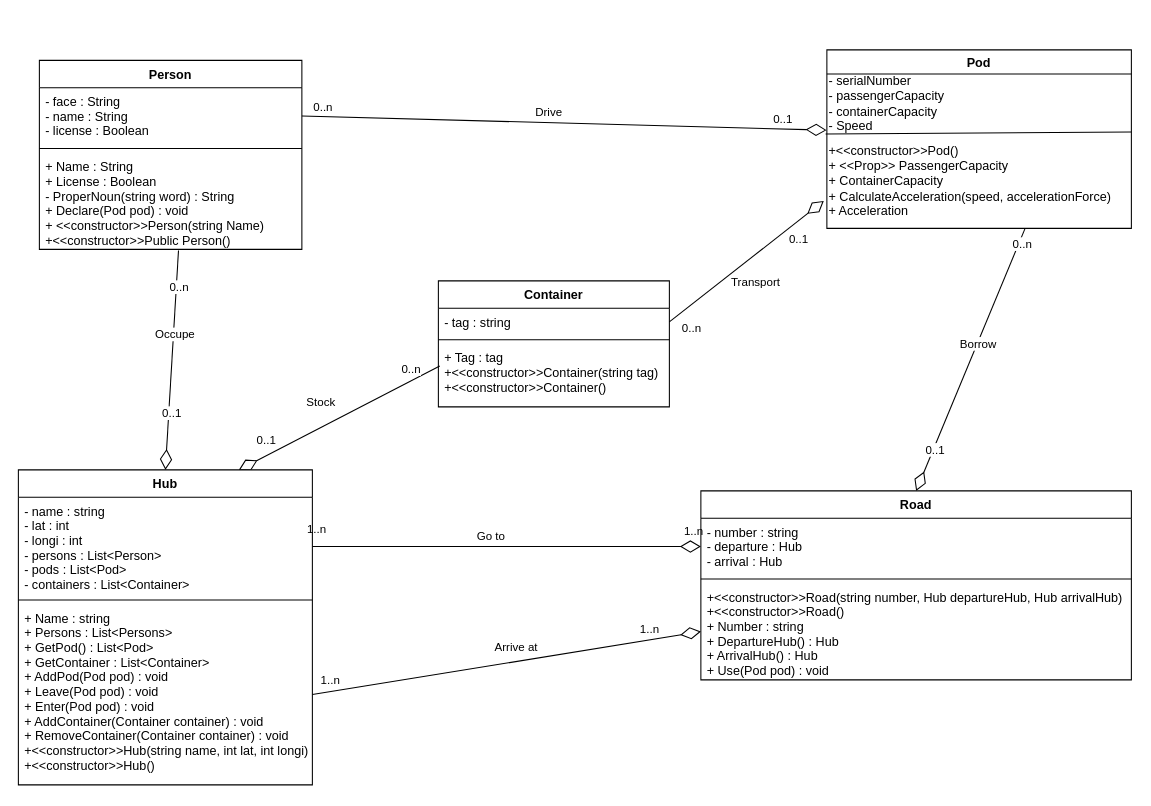
Before: doc/ClassDiagram.drawio in XCarrel/Pods, a draw.io diagram. Source tidied: cells renumbered, new cells numbered last; positions are measured from the earlier drawing's top-left corner, leaving out a move shared by most shapes. Both pictures are drawn from the tidied source at 105%, with x=0, y=0 at pixel (18, 49).
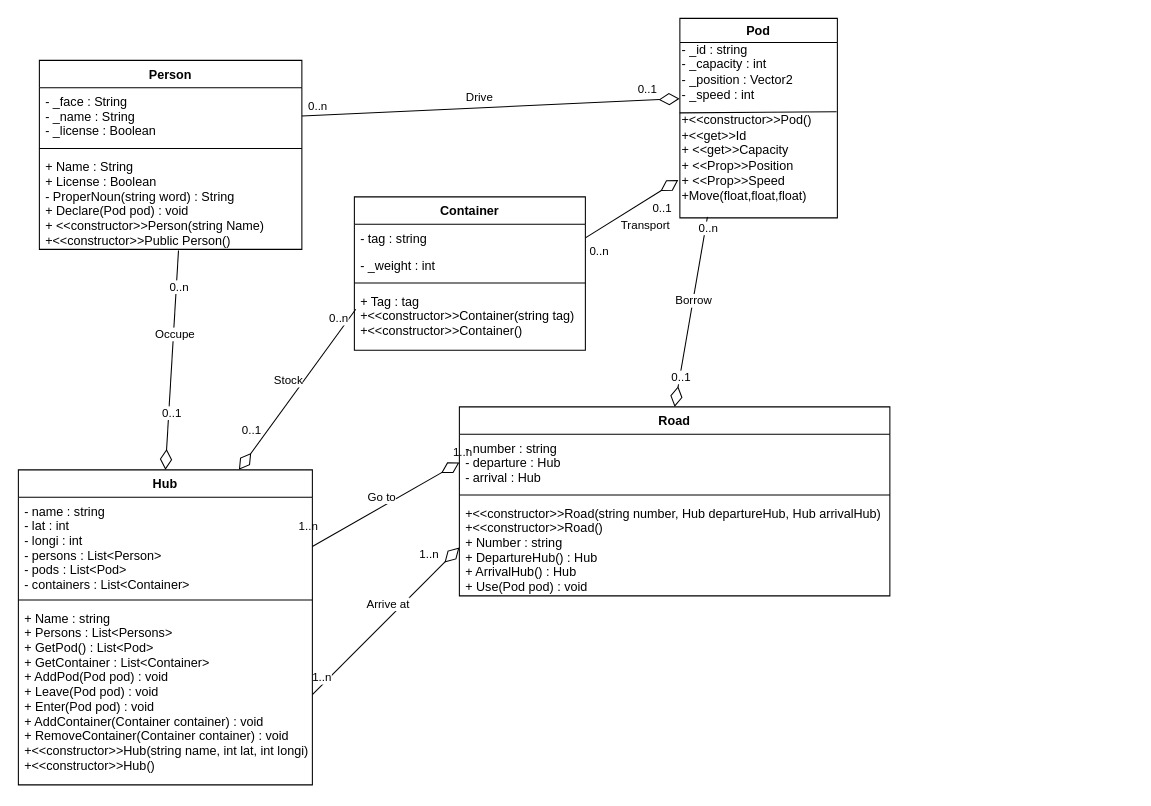
The same diagram, later.

Unchanged cells that the change refers to:
```xml
<mxCell id="46" value="Person" style="swimlane;fontStyle=1;align=center;verticalAlign=top;horizontal=1;startSize=26;" parent="1" vertex="1">
  <mxGeometry x="20" y="10" width="250" height="180" as="geometry" />
</mxCell>
```

What changed in the source:
```diff
@@
     <mxCell id="2" value="Pod" style="swimlane;" parent="1" vertex="1">
-      <mxGeometry x="770" width="290" height="170" as="geometry" />
+      <mxGeometry x="630" y="-30" width="150" height="190" as="geometry" />
     </mxCell>
-    <mxCell id="3" value="- serialNumber&lt;br&gt;&lt;div style=&quot;&quot;&gt;&lt;span style=&quot;background-color: initial;&quot;&gt;- passengerCapacity&lt;/span&gt;&lt;/div&gt;&lt;div style=&quot;&quot;&gt;&lt;span style=&quot;background-color: initial;&quot;&gt;- containerCapacity&lt;/span&gt;&lt;/div&gt;&lt;div style=&quot;&quot;&gt;&lt;span style=&quot;background-color: initial;&quot;&gt;- Speed&lt;/span&gt;&lt;/div&gt;" style="text;html=1;align=left;verticalAlign=middle;points=[];strokeColor=none;fillColor=none;" parent="2" vertex="1">
+    <mxCell id="3" value="- _id : string&lt;br&gt;&lt;div style=&quot;&quot;&gt;&lt;span style=&quot;background-color: initial;&quot;&gt;- _capacity : int&lt;/span&gt;&lt;/div&gt;&lt;div style=&quot;&quot;&gt;&lt;span style=&quot;background-color: initial;&quot;&gt;- _position : Vector2&lt;/span&gt;&lt;/div&gt;&lt;div style=&quot;&quot;&gt;&lt;span style=&quot;background-color: initial;&quot;&gt;- _speed : int&lt;/span&gt;&lt;/div&gt;" style="text;html=1;align=left;verticalAlign=middle;points=[];strokeColor=none;fillColor=none;" parent="2" vertex="1">
       <mxGeometry y="16" width="130" height="70" as="geometry" />
     </mxCell>
-    <mxCell id="4" value="+&amp;lt;&amp;lt;constructor&amp;gt;&amp;gt;Pod()&lt;br&gt;+ &amp;lt;&amp;lt;Prop&amp;gt;&amp;gt; PassengerCapacity&lt;br&gt;+ ContainerCapacity&lt;br&gt;+ CalculateAcceleration(speed, accelerationForce)&lt;br&gt;+ Acceleration" style="text;html=1;align=left;verticalAlign=middle;points=[];strokeColor=none;fillColor=none;" parent="2" vertex="1">
-      <mxGeometry y="80" width="290" height="90" as="geometry" />
+    <mxCell id="4" value="+&amp;lt;&amp;lt;constructor&amp;gt;&amp;gt;Pod()&lt;br&gt;+&amp;lt;&amp;lt;get&amp;gt;&amp;gt;Id&lt;br&gt;+ &amp;lt;&amp;lt;get&amp;gt;&amp;gt;Capacity&lt;br&gt;+ &amp;lt;&amp;lt;Prop&amp;gt;&amp;gt;Position&lt;br&gt;+ &amp;lt;&amp;lt;Prop&amp;gt;&amp;gt;Speed&lt;br&gt;+Move(float,float,float)" style="text;html=1;align=left;verticalAlign=middle;points=[];strokeColor=none;fillColor=none;" parent="2" vertex="1">
+      <mxGeometry y="83" width="150" height="100" as="geometry" />
     </mxCell>
-    <mxCell id="5" style="endArrow=none;html=1;rounded=0;exitX=-0.004;exitY=0.001;exitDx=0;exitDy=0;exitPerimeter=0;entryX=1;entryY=-0.019;entryDx=0;entryDy=0;entryPerimeter=0;" parent="2" edge="1" source="4" target="4">
+    <mxCell id="5" style="endArrow=none;html=1;rounded=0;exitX=-0.001;exitY=0.07;exitDx=0;exitDy=0;exitPerimeter=0;entryX=0.995;entryY=0.06;entryDx=0;entryDy=0;entryPerimeter=0;" parent="2" edge="1" source="4" target="4">
       <mxGeometry relative="1" as="geometry" />
     </mxCell>
@@
-    <mxCell id="22" style="endArrow=none;html=1;rounded=0;startSize=17;endSize=17;sourcePerimeterSpacing=7;targetPerimeterSpacing=7;entryX=0.651;entryY=1;entryDx=0;entryDy=0;entryPerimeter=0;startArrow=diamondThin;startFill=0;exitX=0.5;exitY=0;exitDx=0;exitDy=0;" parent="1" edge="1" source="34" target="4">
+    <mxCell id="22" style="endArrow=none;html=1;rounded=0;startSize=17;endSize=17;sourcePerimeterSpacing=7;targetPerimeterSpacing=7;entryX=0.175;entryY=1.061;entryDx=0;entryDy=0;entryPerimeter=0;startArrow=diamondThin;startFill=0;exitX=0.5;exitY=0;exitDx=0;exitDy=0;" parent="1" edge="1" source="34" target="4">
       <mxGeometry relative="1" as="geometry" />
     </mxCell>
@@
     <mxCell id="34" value="Road" style="swimlane;fontStyle=1;align=center;verticalAlign=top;horizontal=1;startSize=26;" parent="1" vertex="1">
-      <mxGeometry x="650" y="420" width="410" height="180" as="geometry" />
+      <mxGeometry x="420" y="340" width="410" height="180" as="geometry" />
     </mxCell>
@@
     <mxCell id="38" value="Container" style="swimlane;fontStyle=1;align=center;verticalAlign=top;horizontal=1;startSize=26;" parent="1" vertex="1">
-      <mxGeometry x="400" y="220" width="220" height="120" as="geometry" />
+      <mxGeometry x="320" y="140" width="220" height="146" as="geometry" />
     </mxCell>
@@
+    <mxCell id="50" value="- _weight : int" style="text;strokeColor=none;fillColor=none;align=left;verticalAlign=top;spacingLeft=4;spacingRight=4;overflow=hidden;" parent="38" vertex="1">
+      <mxGeometry y="52" width="220" height="26" as="geometry" />
+    </mxCell>
     <mxCell id="40" style="line;strokeWidth=1;fillColor=none;align=left;verticalAlign=middle;spacingTop=-1;spacingLeft=3;spacingRight=3;labelPosition=right;strokeColor=inherit;" parent="38" vertex="1">
-      <mxGeometry y="52" width="220" height="8" as="geometry" />
+      <mxGeometry y="78" width="220" height="8" as="geometry" />
     </mxCell>
     <mxCell id="41" value="+ Tag : tag&#10;+&lt;&lt;constructor&gt;&gt;Container(string tag)&#10;+&lt;&lt;constructor&gt;&gt;Container()" style="text;strokeColor=none;fillColor=none;align=left;verticalAlign=top;spacingLeft=4;spacingRight=4;overflow=hidden;points=[[0,0.5],[1,0.5]];portConstraint=eastwest;" parent="38" vertex="1">
-      <mxGeometry y="60" width="220" height="60" as="geometry" />
+      <mxGeometry y="86" width="220" height="60" as="geometry" />
     </mxCell>
@@
-    <mxCell id="47" value="- face : String&#10;- name : String&#10;- license : Boolean" style="text;strokeColor=none;fillColor=none;align=left;verticalAlign=top;spacingLeft=4;spacingRight=4;overflow=hidden;points=[[0,0.5],[1,0.5]];portConstraint=eastwest;" parent="46" vertex="1">
+    <mxCell id="47" value="- _face : String&#10;- _name : String&#10;- _license : Boolean" style="text;strokeColor=none;fillColor=none;align=left;verticalAlign=top;spacingLeft=4;spacingRight=4;overflow=hidden;points=[[0,0.5],[1,0.5]];portConstraint=eastwest;" parent="46" vertex="1">
       <mxGeometry y="26" width="250" height="54" as="geometry" />
     </mxCell>
```
